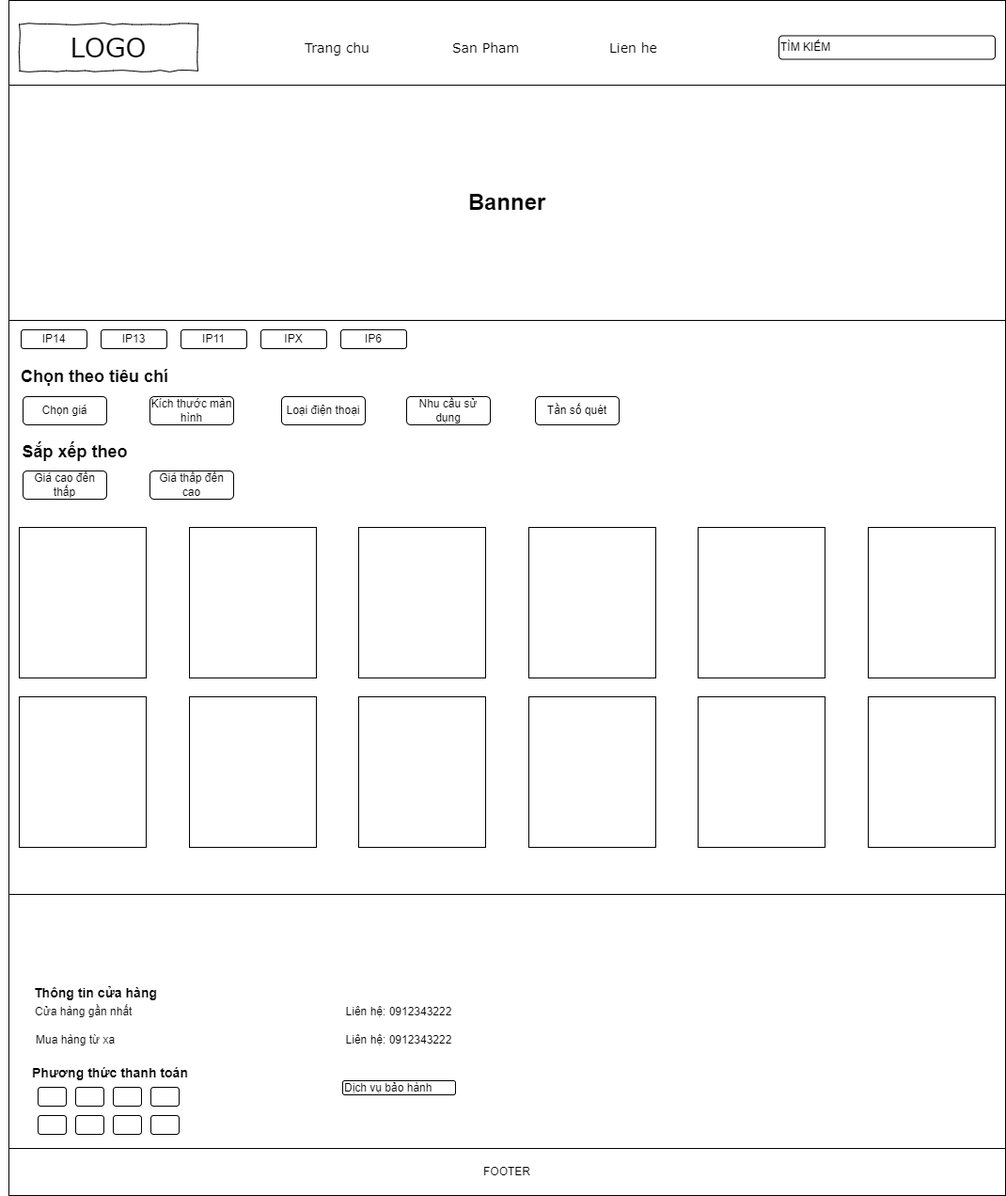
This is img/SanPham.png from NguyenHocPH36330/Web106_HocNC, a draw.io export, as it was before one commit. Source tidied: cells renumbered, new cells last; positions are measured from the earlier drawing's top-left corner, leaving out a move shared by most shapes. Source of this version:
```xml
<mxGraphModel>
  <root>
    <mxCell id="0" />
    <mxCell id="1" parent="0" />
    <mxCell id="2" style="rounded=0;whiteSpace=wrap;html=1;" parent="1" vertex="1">
      <mxGeometry x="9" y="10" width="1060" height="1260" as="geometry" />
    </mxCell>
    <mxCell id="3" style="rounded=0;whiteSpace=wrap;html=1;" parent="1" vertex="1">
      <mxGeometry x="9" width="1060" height="100" as="geometry" />
    </mxCell>
    <mxCell id="4" value="Trang chu" style="text;html=1;align=left;verticalAlign=top;spacingTop=-4;fontSize=14;fontFamily=Verdana;flipH=0;" parent="1" vertex="1">
      <mxGeometry x="322" y="40" width="75" height="20" as="geometry" />
    </mxCell>
    <mxCell id="5" value="San Pham" style="text;html=1;align=left;verticalAlign=top;spacingTop=-4;fontSize=14;fontFamily=Verdana;flipH=0;" parent="1" vertex="1">
      <mxGeometry x="479" y="40" width="75" height="20" as="geometry" />
    </mxCell>
    <mxCell id="6" value="Lien he" style="text;html=1;align=left;verticalAlign=top;spacingTop=-4;fontSize=14;fontFamily=Verdana;flipH=0;" parent="1" vertex="1">
      <mxGeometry x="646" y="40" width="75" height="20" as="geometry" />
    </mxCell>
    <mxCell id="7" value="LOGO" style="whiteSpace=wrap;html=1;rounded=0;shadow=0;labelBackgroundColor=none;strokeWidth=1;fontFamily=Verdana;fontSize=28;align=center;comic=1;" parent="1" vertex="1">
      <mxGeometry x="20" y="25" width="190" height="50" as="geometry" />
    </mxCell>
    <mxCell id="8" value="&lt;h1&gt;Banner&lt;/h1&gt;" style="rounded=0;whiteSpace=wrap;html=1;" parent="1" vertex="1">
      <mxGeometry x="9" y="90" width="1060" height="250" as="geometry" />
    </mxCell>
    <mxCell id="9" value="TÌM KIẾM" style="rounded=1;whiteSpace=wrap;html=1;align=left;" parent="1" vertex="1">
      <mxGeometry x="828" y="37.5" width="230" height="25" as="geometry" />
    </mxCell>
    <mxCell id="10" value="&lt;h2&gt;Chọn theo tiêu chí&lt;/h2&gt;" style="text;html=1;strokeColor=none;fillColor=none;align=left;verticalAlign=middle;whiteSpace=wrap;rounded=0;" parent="1" vertex="1">
      <mxGeometry x="20" y="385" width="159" height="30" as="geometry" />
    </mxCell>
    <mxCell id="11" value="IP14" style="rounded=1;whiteSpace=wrap;html=1;flipH=1;" parent="1" vertex="1">
      <mxGeometry x="22" y="350" width="70" height="20" as="geometry" />
    </mxCell>
    <mxCell id="12" value="IP13" style="rounded=1;whiteSpace=wrap;html=1;flipH=1;" parent="1" vertex="1">
      <mxGeometry x="107" y="350" width="70" height="20" as="geometry" />
    </mxCell>
    <mxCell id="13" value="IP11" style="rounded=1;whiteSpace=wrap;html=1;flipH=1;" parent="1" vertex="1">
      <mxGeometry x="192" y="350" width="70" height="20" as="geometry" />
    </mxCell>
    <mxCell id="14" value="IPX" style="rounded=1;whiteSpace=wrap;html=1;flipH=1;" parent="1" vertex="1">
      <mxGeometry x="277" y="350" width="70" height="20" as="geometry" />
    </mxCell>
    <mxCell id="15" value="IP6" style="rounded=1;whiteSpace=wrap;html=1;flipH=1;" parent="1" vertex="1">
      <mxGeometry x="362" y="350" width="70" height="20" as="geometry" />
    </mxCell>
    <mxCell id="16" value="Chọn giá" style="rounded=1;whiteSpace=wrap;html=1;" parent="1" vertex="1">
      <mxGeometry x="24" y="421" width="89" height="30" as="geometry" />
    </mxCell>
    <mxCell id="17" value="Kích thước màn hình" style="rounded=1;whiteSpace=wrap;html=1;" parent="1" vertex="1">
      <mxGeometry x="159" y="421" width="89" height="30" as="geometry" />
    </mxCell>
    <mxCell id="18" value="Loại điện thoại" style="rounded=1;whiteSpace=wrap;html=1;" parent="1" vertex="1">
      <mxGeometry x="299" y="421" width="89" height="30" as="geometry" />
    </mxCell>
    <mxCell id="19" value="Nhu cầu sử dụng" style="rounded=1;whiteSpace=wrap;html=1;" parent="1" vertex="1">
      <mxGeometry x="432" y="421" width="89" height="30" as="geometry" />
    </mxCell>
    <mxCell id="20" value="Tần số quét" style="rounded=1;whiteSpace=wrap;html=1;" parent="1" vertex="1">
      <mxGeometry x="569" y="421" width="89" height="30" as="geometry" />
    </mxCell>
    <mxCell id="21" value="&lt;h2&gt;Sắp xếp theo&lt;/h2&gt;" style="text;html=1;strokeColor=none;fillColor=none;align=center;verticalAlign=middle;whiteSpace=wrap;rounded=0;" parent="1" vertex="1">
      <mxGeometry y="465" width="159" height="30" as="geometry" />
    </mxCell>
    <mxCell id="22" value="Giá cao đến thấp" style="rounded=1;whiteSpace=wrap;html=1;" parent="1" vertex="1">
      <mxGeometry x="24" y="500" width="89" height="30" as="geometry" />
    </mxCell>
    <mxCell id="23" value="Giá thấp đến cao" style="rounded=1;whiteSpace=wrap;html=1;" parent="1" vertex="1">
      <mxGeometry x="159" y="500" width="89" height="30" as="geometry" />
    </mxCell>
    <mxCell id="24" style="rounded=0;whiteSpace=wrap;html=1;flipH=0;" parent="1" vertex="1">
      <mxGeometry x="20" y="560" width="135" height="160" as="geometry" />
    </mxCell>
    <mxCell id="25" style="rounded=0;whiteSpace=wrap;html=1;flipH=0;" parent="1" vertex="1">
      <mxGeometry x="201" y="560" width="135" height="160" as="geometry" />
    </mxCell>
    <mxCell id="26" style="rounded=0;whiteSpace=wrap;html=1;flipH=0;" parent="1" vertex="1">
      <mxGeometry x="381" y="560" width="135" height="160" as="geometry" />
    </mxCell>
    <mxCell id="27" style="rounded=0;whiteSpace=wrap;html=1;flipH=0;" parent="1" vertex="1">
      <mxGeometry x="562" y="560" width="135" height="160" as="geometry" />
    </mxCell>
    <mxCell id="28" style="rounded=0;whiteSpace=wrap;html=1;flipH=0;" parent="1" vertex="1">
      <mxGeometry x="742" y="560" width="135" height="160" as="geometry" />
    </mxCell>
    <mxCell id="29" style="rounded=0;whiteSpace=wrap;html=1;flipH=0;" parent="1" vertex="1">
      <mxGeometry x="923" y="560" width="135" height="160" as="geometry" />
    </mxCell>
    <mxCell id="30" style="rounded=0;whiteSpace=wrap;html=1;flipH=0;" parent="1" vertex="1">
      <mxGeometry x="20" y="740" width="135" height="160" as="geometry" />
    </mxCell>
    <mxCell id="31" style="rounded=0;whiteSpace=wrap;html=1;flipH=0;" parent="1" vertex="1">
      <mxGeometry x="201" y="740" width="135" height="160" as="geometry" />
    </mxCell>
    <mxCell id="32" style="rounded=0;whiteSpace=wrap;html=1;flipH=0;" parent="1" vertex="1">
      <mxGeometry x="381" y="740" width="135" height="160" as="geometry" />
    </mxCell>
    <mxCell id="33" style="rounded=0;whiteSpace=wrap;html=1;flipH=0;" parent="1" vertex="1">
      <mxGeometry x="562" y="740" width="135" height="160" as="geometry" />
    </mxCell>
    <mxCell id="34" style="rounded=0;whiteSpace=wrap;html=1;flipH=0;" parent="1" vertex="1">
      <mxGeometry x="742" y="740" width="135" height="160" as="geometry" />
    </mxCell>
    <mxCell id="35" style="rounded=0;whiteSpace=wrap;html=1;flipH=0;" parent="1" vertex="1">
      <mxGeometry x="923" y="740" width="135" height="160" as="geometry" />
    </mxCell>
    <mxCell id="36" value="&lt;h2&gt;&lt;br&gt;&lt;/h2&gt;" style="rounded=0;whiteSpace=wrap;html=1;align=left;" parent="1" vertex="1">
      <mxGeometry x="9" y="950" width="1060" height="270" as="geometry" />
    </mxCell>
    <mxCell id="37" value="&lt;h3&gt;Thông tin cửa hàng&lt;/h3&gt;" style="text;html=1;strokeColor=none;fillColor=none;align=left;verticalAlign=middle;whiteSpace=wrap;rounded=0;" parent="1" vertex="1">
      <mxGeometry x="34" y="1040" width="140" height="30" as="geometry" />
    </mxCell>
    <mxCell id="38" value="&lt;h3&gt;Phương thức thanh toán&lt;/h3&gt;" style="text;html=1;strokeColor=none;fillColor=none;align=center;verticalAlign=middle;whiteSpace=wrap;rounded=0;" parent="1" vertex="1">
      <mxGeometry x="32" y="1125" width="170" height="30" as="geometry" />
    </mxCell>
    <mxCell id="39" style="rounded=1;whiteSpace=wrap;html=1;" parent="1" vertex="1">
      <mxGeometry x="40" y="1155" width="30" height="20" as="geometry" />
    </mxCell>
    <mxCell id="40" style="rounded=1;whiteSpace=wrap;html=1;" parent="1" vertex="1">
      <mxGeometry x="80" y="1155" width="30" height="20" as="geometry" />
    </mxCell>
    <mxCell id="41" style="rounded=1;whiteSpace=wrap;html=1;" parent="1" vertex="1">
      <mxGeometry x="120" y="1155" width="30" height="20" as="geometry" />
    </mxCell>
    <mxCell id="42" style="rounded=1;whiteSpace=wrap;html=1;" parent="1" vertex="1">
      <mxGeometry x="160" y="1155" width="30" height="20" as="geometry" />
    </mxCell>
    <mxCell id="43" style="rounded=1;whiteSpace=wrap;html=1;" parent="1" vertex="1">
      <mxGeometry x="40" y="1185" width="30" height="20" as="geometry" />
    </mxCell>
    <mxCell id="44" style="rounded=1;whiteSpace=wrap;html=1;" parent="1" vertex="1">
      <mxGeometry x="80" y="1185" width="30" height="20" as="geometry" />
    </mxCell>
    <mxCell id="45" style="rounded=1;whiteSpace=wrap;html=1;" parent="1" vertex="1">
      <mxGeometry x="120" y="1185" width="30" height="20" as="geometry" />
    </mxCell>
    <mxCell id="46" style="rounded=1;whiteSpace=wrap;html=1;" parent="1" vertex="1">
      <mxGeometry x="160" y="1185" width="30" height="20" as="geometry" />
    </mxCell>
    <mxCell id="47" value="FOOTER" style="rounded=0;whiteSpace=wrap;html=1;" parent="1" vertex="1">
      <mxGeometry x="9" y="1220" width="1060" height="50" as="geometry" />
    </mxCell>
    <mxCell id="48" value="Cửa hàng gần nhất" style="text;html=1;strokeColor=none;fillColor=none;align=left;verticalAlign=middle;whiteSpace=wrap;rounded=0;" parent="1" vertex="1">
      <mxGeometry x="35" y="1060" width="138" height="30" as="geometry" />
    </mxCell>
    <mxCell id="49" value="Mua hàng từ xa" style="text;html=1;strokeColor=none;fillColor=none;align=left;verticalAlign=middle;whiteSpace=wrap;rounded=0;" parent="1" vertex="1">
      <mxGeometry x="36" y="1090" width="138" height="30" as="geometry" />
    </mxCell>
    <mxCell id="50" value="Liên hệ: 0912343222" style="text;html=1;strokeColor=none;fillColor=none;align=center;verticalAlign=middle;whiteSpace=wrap;rounded=0;" parent="1" vertex="1">
      <mxGeometry x="358" y="1060" width="132" height="30" as="geometry" />
    </mxCell>
    <mxCell id="51" value="Liên hệ: 0912343222" style="text;html=1;strokeColor=none;fillColor=none;align=center;verticalAlign=middle;whiteSpace=wrap;rounded=0;" parent="1" vertex="1">
      <mxGeometry x="358" y="1090" width="132" height="30" as="geometry" />
    </mxCell>
    <mxCell id="52" value="Dịch vụ bảo hành" style="rounded=1;whiteSpace=wrap;html=1;align=left;" parent="1" vertex="1">
      <mxGeometry x="364" y="1148" width="120" height="15" as="geometry" />
    </mxCell>
  </root>
</mxGraphModel>
```
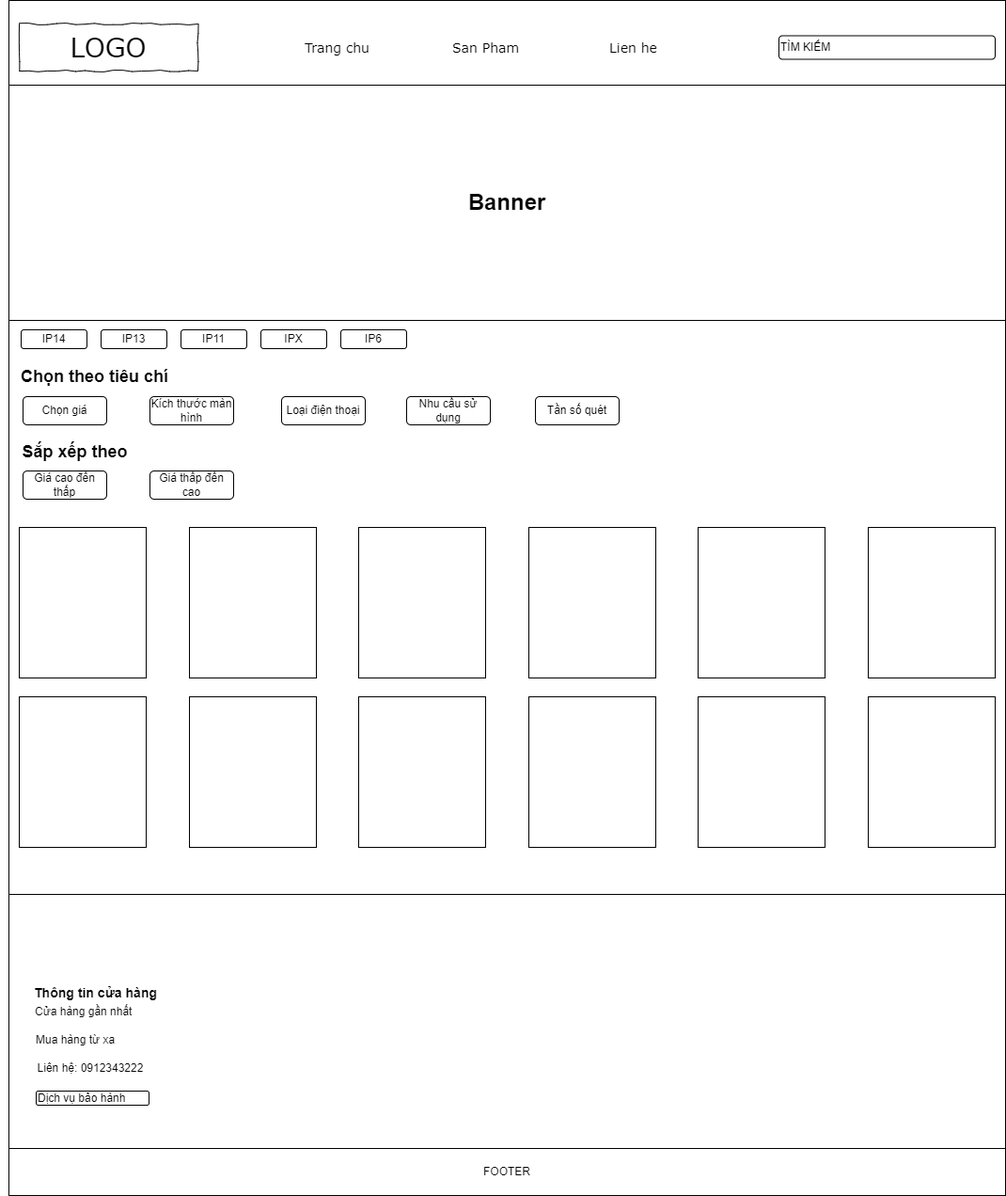
After the commit.

Diff of the diagram source:
```diff
@@ -110,33 +110,6 @@
     <mxCell id="37" value="&lt;h3&gt;Thông tin cửa hàng&lt;/h3&gt;" style="text;html=1;strokeColor=none;fillColor=none;align=left;verticalAlign=middle;whiteSpace=wrap;rounded=0;" parent="1" vertex="1">
       <mxGeometry x="34" y="1040" width="140" height="30" as="geometry" />
     </mxCell>
-    <mxCell id="38" value="&lt;h3&gt;Phương thức thanh toán&lt;/h3&gt;" style="text;html=1;strokeColor=none;fillColor=none;align=center;verticalAlign=middle;whiteSpace=wrap;rounded=0;" parent="1" vertex="1">
-      <mxGeometry x="32" y="1125" width="170" height="30" as="geometry" />
-    </mxCell>
-    <mxCell id="39" style="rounded=1;whiteSpace=wrap;html=1;" parent="1" vertex="1">
-      <mxGeometry x="40" y="1155" width="30" height="20" as="geometry" />
-    </mxCell>
-    <mxCell id="40" style="rounded=1;whiteSpace=wrap;html=1;" parent="1" vertex="1">
-      <mxGeometry x="80" y="1155" width="30" height="20" as="geometry" />
-    </mxCell>
-    <mxCell id="41" style="rounded=1;whiteSpace=wrap;html=1;" parent="1" vertex="1">
-      <mxGeometry x="120" y="1155" width="30" height="20" as="geometry" />
-    </mxCell>
-    <mxCell id="42" style="rounded=1;whiteSpace=wrap;html=1;" parent="1" vertex="1">
-      <mxGeometry x="160" y="1155" width="30" height="20" as="geometry" />
-    </mxCell>
-    <mxCell id="43" style="rounded=1;whiteSpace=wrap;html=1;" parent="1" vertex="1">
-      <mxGeometry x="40" y="1185" width="30" height="20" as="geometry" />
-    </mxCell>
-    <mxCell id="44" style="rounded=1;whiteSpace=wrap;html=1;" parent="1" vertex="1">
-      <mxGeometry x="80" y="1185" width="30" height="20" as="geometry" />
-    </mxCell>
-    <mxCell id="45" style="rounded=1;whiteSpace=wrap;html=1;" parent="1" vertex="1">
-      <mxGeometry x="120" y="1185" width="30" height="20" as="geometry" />
-    </mxCell>
-    <mxCell id="46" style="rounded=1;whiteSpace=wrap;html=1;" parent="1" vertex="1">
-      <mxGeometry x="160" y="1185" width="30" height="20" as="geometry" />
-    </mxCell>
     <mxCell id="47" value="FOOTER" style="rounded=0;whiteSpace=wrap;html=1;" parent="1" vertex="1">
       <mxGeometry x="9" y="1220" width="1060" height="50" as="geometry" />
     </mxCell>
@@ -146,14 +119,11 @@
     <mxCell id="49" value="Mua hàng từ xa" style="text;html=1;strokeColor=none;fillColor=none;align=left;verticalAlign=middle;whiteSpace=wrap;rounded=0;" parent="1" vertex="1">
       <mxGeometry x="36" y="1090" width="138" height="30" as="geometry" />
     </mxCell>
-    <mxCell id="50" value="Liên hệ: 0912343222" style="text;html=1;strokeColor=none;fillColor=none;align=center;verticalAlign=middle;whiteSpace=wrap;rounded=0;" parent="1" vertex="1">
-      <mxGeometry x="358" y="1060" width="132" height="30" as="geometry" />
-    </mxCell>
     <mxCell id="51" value="Liên hệ: 0912343222" style="text;html=1;strokeColor=none;fillColor=none;align=center;verticalAlign=middle;whiteSpace=wrap;rounded=0;" parent="1" vertex="1">
-      <mxGeometry x="358" y="1090" width="132" height="30" as="geometry" />
+      <mxGeometry x="29.5" y="1120" width="132" height="30" as="geometry" />
     </mxCell>
     <mxCell id="52" value="Dịch vụ bảo hành" style="rounded=1;whiteSpace=wrap;html=1;align=left;" parent="1" vertex="1">
-      <mxGeometry x="364" y="1148" width="120" height="15" as="geometry" />
+      <mxGeometry x="38" y="1159" width="120" height="15" as="geometry" />
     </mxCell>
   </root>
 </mxGraphModel>
```
